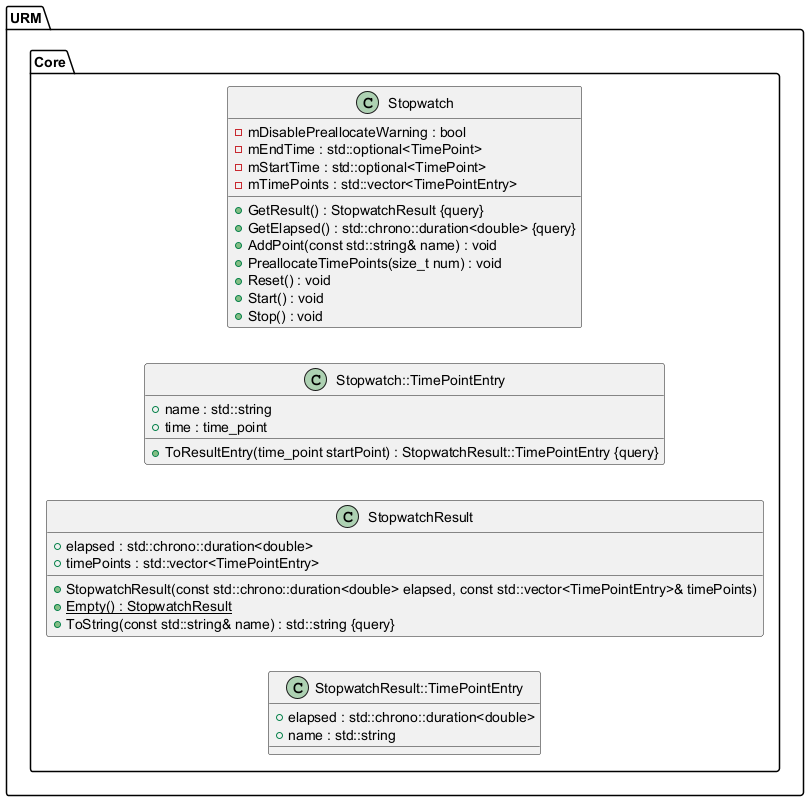
The PlantUML diagram Latex/images/UML/stopwatch.png in MinikPLayer/MasterThesis_UniversalRenderingModule_D3D11, before a commit.
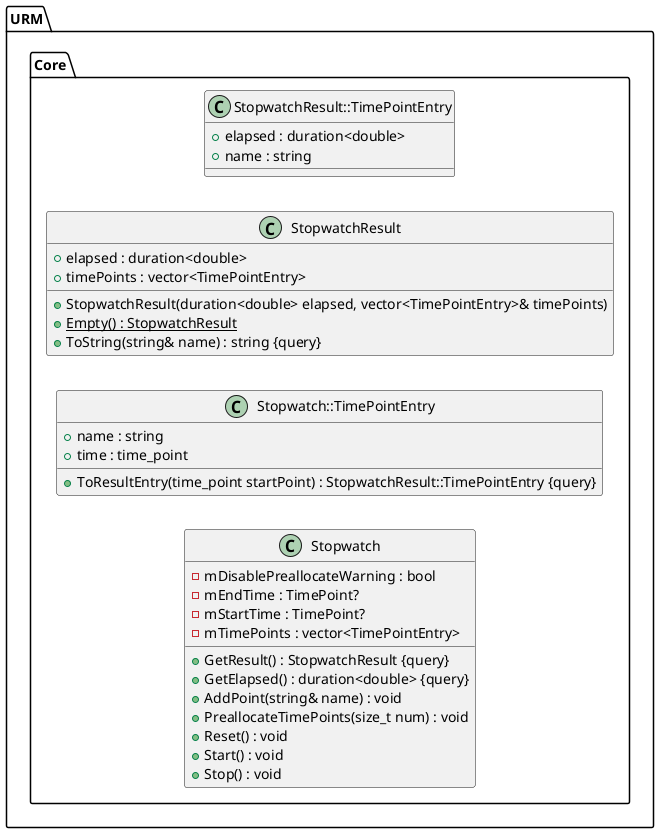
Above is the later version.

Change to the diagram source:
```diff
@@ -11,11 +11,11 @@
 		class Stopwatch {
 			+GetResult() : StopwatchResult {query}
 			-mDisablePreallocateWarning : bool
-			+GetElapsed() : std::chrono::duration<double> {query}
-			-mEndTime : std::optional<TimePoint>
-			-mStartTime : std::optional<TimePoint>
-			-mTimePoints : std::vector<TimePointEntry>
-			+AddPoint(const std::string& name) : void
+			+GetElapsed() : duration<double> {query}
+			-mEndTime : TimePoint?
+			-mStartTime : TimePoint?
+			-mTimePoints : vector<TimePointEntry>
+			+AddPoint(string& name) : void
 			+PreallocateTimePoints(size_t num) : void
 			+Reset() : void
 			+Start() : void
@@ -24,21 +24,21 @@
 
 		class Stopwatch::TimePointEntry {
 			+ToResultEntry(time_point startPoint) : StopwatchResult::TimePointEntry {query}
-			+name : std::string
+			+name : string
 			+time : time_point
 		}
 
 		class StopwatchResult {
-			+StopwatchResult(const std::chrono::duration<double> elapsed, const std::vector<TimePointEntry>& timePoints)
+			+StopwatchResult(duration<double> elapsed, vector<TimePointEntry>& timePoints)
 			+{static} Empty() : StopwatchResult
-			+elapsed : std::chrono::duration<double>
-			+ToString(const std::string& name) : std::string {query}
-			+timePoints : std::vector<TimePointEntry>
+			+elapsed : duration<double>
+			+ToString(string& name) : string {query}
+			+timePoints : vector<TimePointEntry>
 		}
 
 		class StopwatchResult::TimePointEntry {
-			+elapsed : std::chrono::duration<double>
-			+name : std::string
+			+elapsed : duration<double>
+			+name : string
 		}
 	}
 }
```
